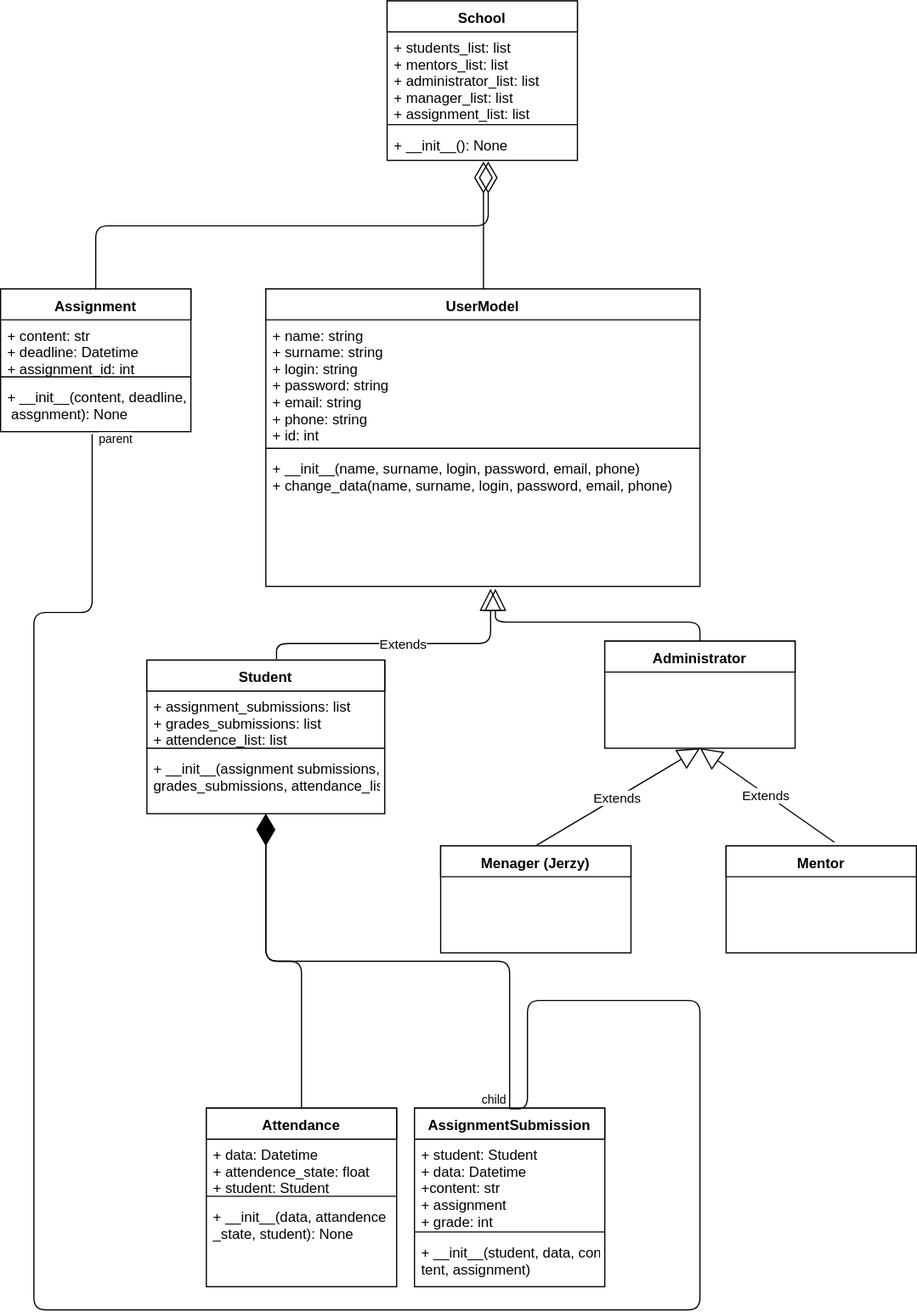
jakubskiba/Codecool-Management-System keeps this draw.io diagram as CcMS.svg. Above is the earlier version. Source tidied: cells renumbered, new cells last; positions are measured from the earlier drawing's top-left corner, leaving out a move shared by most shapes.
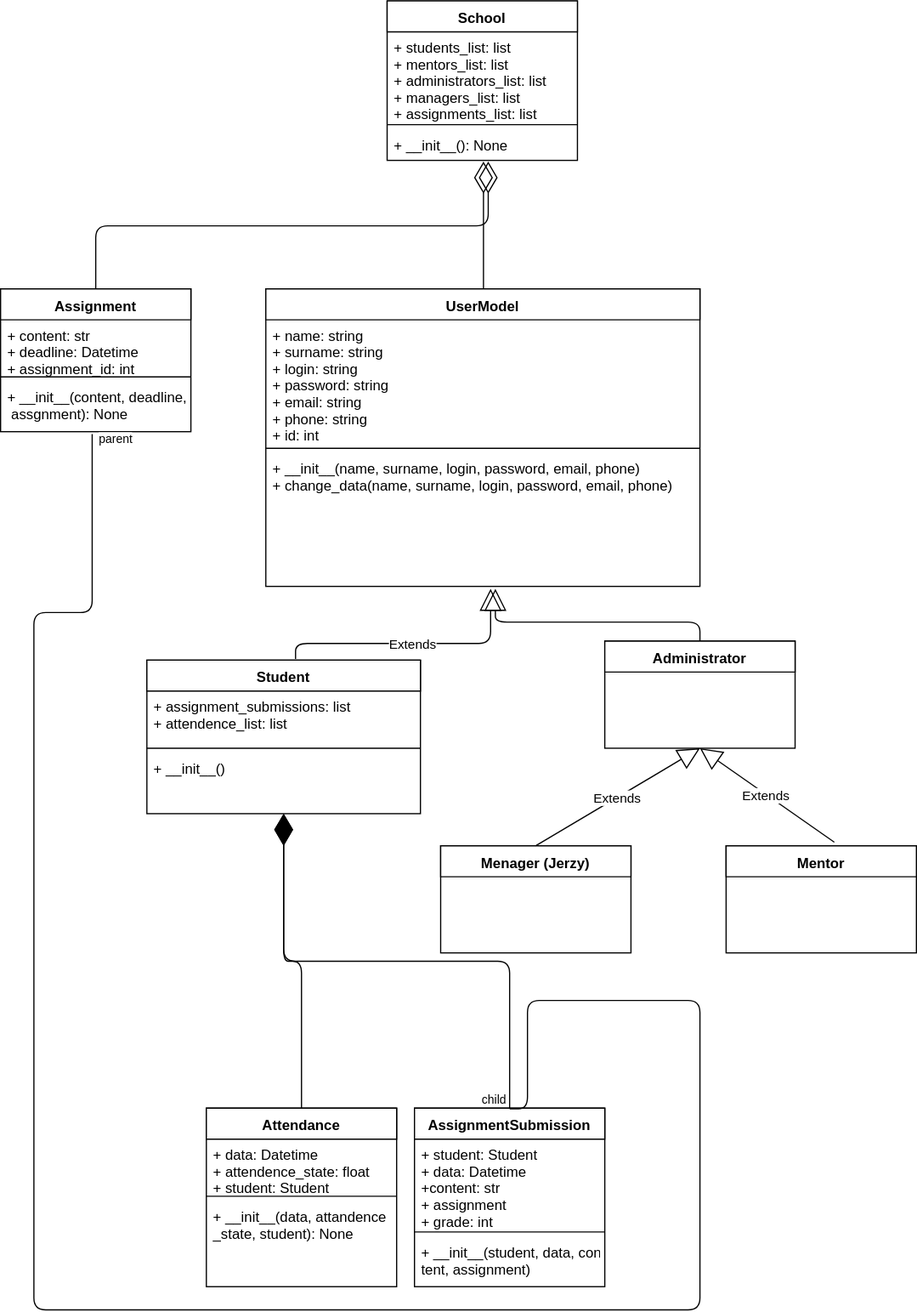
Above is the later version.

Commit message:
update UML charts

What changed in the source:
```diff
@@ -15,16 +15,16 @@
       <mxGeometry y="138" width="365" height="112" as="geometry" />
     </mxCell>
     <mxCell id="6" value="Student" style="swimlane;fontStyle=1;align=center;verticalAlign=top;horizontal=1;startSize=26;swimlaneFillColor=#ffffff;" parent="1" vertex="1">
-      <mxGeometry x="123" y="554" width="200" height="129" as="geometry" />
+      <mxGeometry x="123" y="554" width="230" height="129" as="geometry" />
     </mxCell>
-    <mxCell id="7" value="+ assignment_submissions: list&#10;+ grades_submissions: list&#10;+ attendence_list: list" style="text;strokeColor=none;fillColor=none;align=left;verticalAlign=top;spacingLeft=4;spacingRight=4;overflow=hidden;" parent="6" vertex="1">
-      <mxGeometry y="26" width="200" height="44" as="geometry" />
+    <mxCell id="7" value="+ assignment_submissions: list&#10;+ attendence_list: list" style="text;strokeColor=none;fillColor=none;align=left;verticalAlign=top;spacingLeft=4;spacingRight=4;overflow=hidden;" parent="6" vertex="1">
+      <mxGeometry y="26" width="230" height="44" as="geometry" />
     </mxCell>
     <mxCell id="8" style="line;strokeWidth=1;fillColor=none;align=left;verticalAlign=middle;spacingTop=-1;spacingLeft=3;spacingRight=3;labelPosition=right;" parent="6" vertex="1">
-      <mxGeometry y="70" width="200" height="8" as="geometry" />
+      <mxGeometry y="70" width="230" height="8" as="geometry" />
     </mxCell>
-    <mxCell id="9" value="+ __init__(assignment submissions,&#10;grades_submissions, attendance_list)" style="text;strokeColor=none;fillColor=none;align=left;verticalAlign=top;spacingLeft=4;spacingRight=4;overflow=hidden;" parent="6" vertex="1">
-      <mxGeometry y="78" width="200" height="44" as="geometry" />
+    <mxCell id="9" value="+ __init__()" style="text;strokeColor=none;fillColor=none;align=left;verticalAlign=top;spacingLeft=4;spacingRight=4;overflow=hidden;" parent="6" vertex="1">
+      <mxGeometry y="78" width="230" height="42" as="geometry" />
     </mxCell>
     <mxCell id="10" value="Menager (Jerzy)" style="swimlane;fontStyle=1;align=center;verticalAlign=top;horizontal=1;startSize=26;swimlaneFillColor=#ffffff;" parent="1" vertex="1">
       <mxGeometry x="370" y="710" width="160" height="90" as="geometry" />
@@ -74,7 +74,7 @@
     <mxCell id="25" value="School" style="swimlane;fontStyle=1;align=center;verticalAlign=top;horizontal=1;startSize=26;swimlaneFillColor=#ffffff;" parent="1" vertex="1">
       <mxGeometry x="325" width="160" height="134" as="geometry" />
     </mxCell>
-    <mxCell id="26" value="+ students_list: list&#10;+ mentors_list: list&#10;+ administrator_list: list&#10;+ manager_list: list&#10;+ assignment_list: list" style="text;strokeColor=none;fillColor=none;align=left;verticalAlign=top;spacingLeft=4;spacingRight=4;overflow=hidden;" parent="25" vertex="1">
+    <mxCell id="26" value="+ students_list: list&#10;+ mentors_list: list&#10;+ administrators_list: list&#10;+ managers_list: list&#10;+ assignments_list: list" style="text;strokeColor=none;fillColor=none;align=left;verticalAlign=top;spacingLeft=4;spacingRight=4;overflow=hidden;" parent="25" vertex="1">
       <mxGeometry y="26" width="160" height="74" as="geometry" />
     </mxCell>
     <mxCell id="27" style="line;strokeWidth=1;fillColor=none;align=left;verticalAlign=middle;spacingTop=-1;spacingLeft=3;spacingRight=3;labelPosition=right;" parent="25" vertex="1">
```
